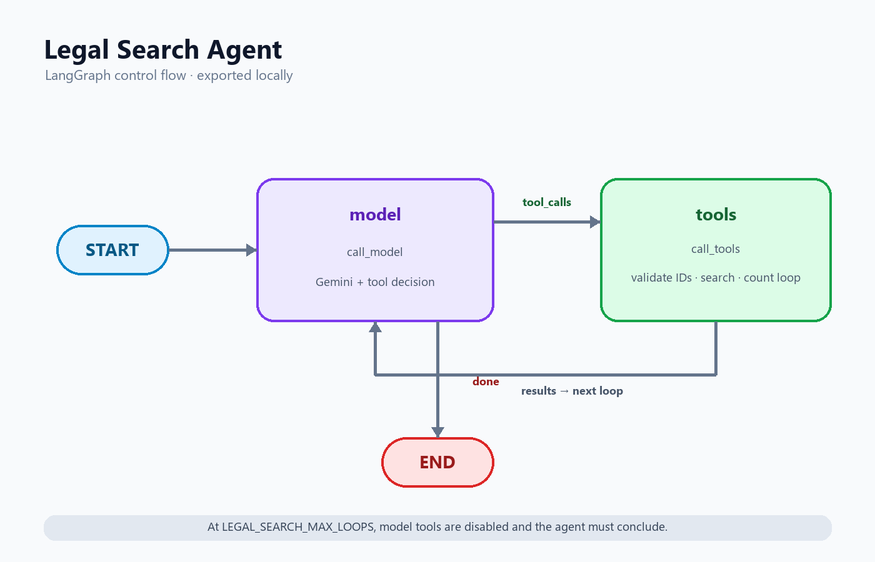
The Mermaid diagram legal_search_agent_graph.png in LongNT2003/agent, before a commit. Its source is kept beside it as legal_search_agent_graph.mmd.
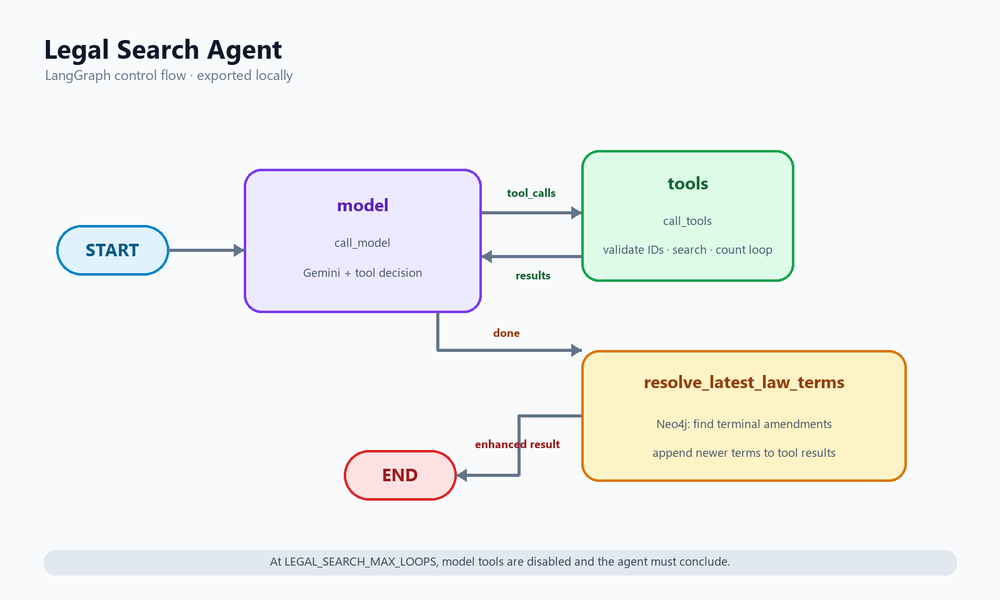
The same file after the commit.

The edit, as a diff of the source:
```diff
@@ -7,11 +7,13 @@
 	__start__([<p>__start__</p>]):::first
 	model(model)
 	tools(tools)
+	resolve_latest_law_terms(resolve_latest_law_terms)
 	__end__([<p>__end__</p>]):::last
 	__start__ --> model;
-	model -. &nbsp;done&nbsp; .-> __end__;
+	model -. &nbsp;done&nbsp; .-> resolve_latest_law_terms;
 	model -.-> tools;
 	tools --> model;
+	resolve_latest_law_terms --> __end__;
 	classDef default fill:#f2f0ff,line-height:1.2
 	classDef first fill-opacity:0
 	classDef last fill:#bfb6fc
```
